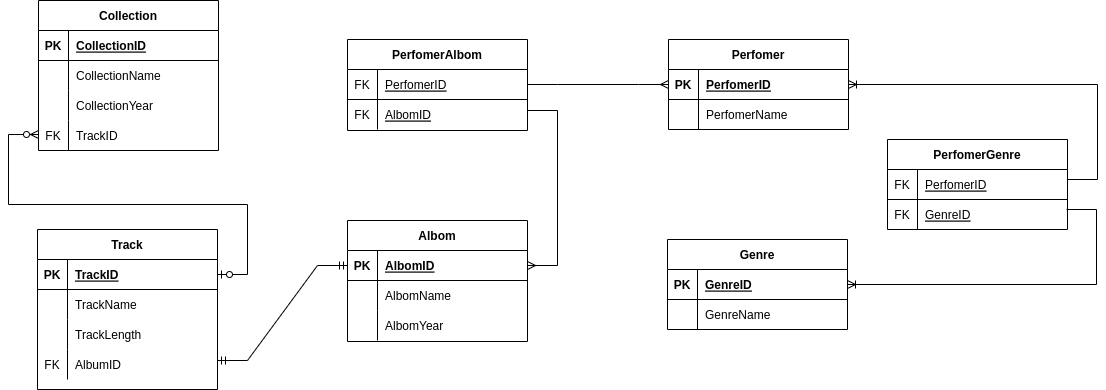
This is Task2.drawio.png from nik-mol/DB_Task2, a draw.io export, as it was before one commit. Source tidied: cells renumbered, new cells last; positions are measured from the earlier drawing's top-left corner, leaving out a move shared by most shapes.
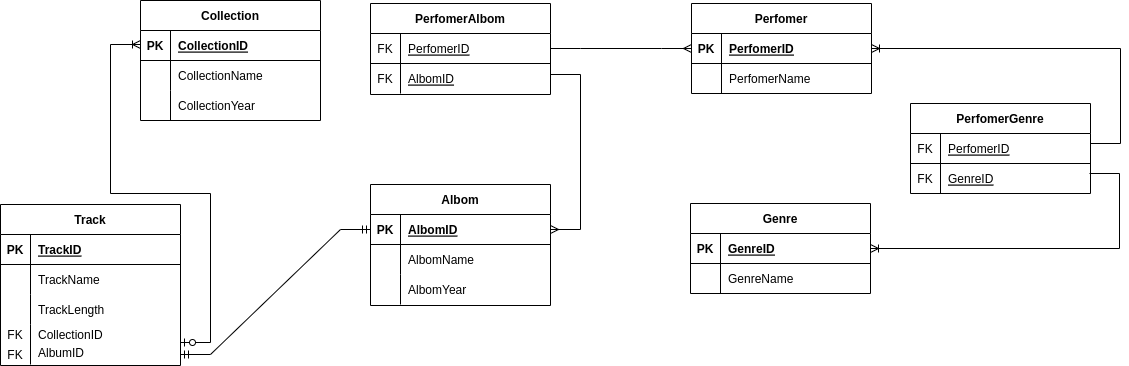
The same file after the commit.

Commit message:
change diagram and add to sql

What changed in the source:
```diff
@@ -3,7 +3,7 @@
     <mxCell id="0" />
     <mxCell id="1" parent="0" />
     <mxCell id="2" value="Track" style="shape=table;startSize=30;rowLines=0;fontStyle=1;align=center;" parent="1" vertex="1">
-      <mxGeometry y="229" width="180" height="160" as="geometry" />
+      <mxGeometry x="-60" y="240" width="180" height="161" as="geometry" />
     </mxCell>
     <mxCell id="3" style="shape=tableRow;horizontal=0;startSize=0;swimlaneHead=0;swimlaneBody=0;fillColor=none;points=[[0,0.5],[1,0.5]];portConstraint=eastwest;top=0;left=0;right=0;bottom=1;" parent="2" vertex="1">
       <mxGeometry y="30" width="180" height="30" as="geometry" />
@@ -33,13 +33,13 @@
       <mxGeometry x="30" width="150" height="30" as="geometry" />
     </mxCell>
     <mxCell id="12" style="shape=tableRow;horizontal=0;startSize=0;swimlaneHead=0;swimlaneBody=0;fillColor=none;top=0;left=0;right=0;bottom=0;" parent="2" vertex="1">
-      <mxGeometry y="120" width="180" height="30" as="geometry" />
+      <mxGeometry y="120" width="180" height="20" as="geometry" />
     </mxCell>
     <mxCell id="13" value="FK" style="shape=partialRectangle;fillColor=none;top=0;left=0;bottom=0;right=0;overflow=hidden;" parent="12" vertex="1">
-      <mxGeometry width="30" height="30" as="geometry" />
+      <mxGeometry width="30" height="20" as="geometry" />
     </mxCell>
-    <mxCell id="14" value="AlbumID" style="shape=partialRectangle;fillColor=none;top=0;left=0;bottom=0;right=0;align=left;spacingLeft=6;overflow=hidden;" parent="12" vertex="1">
-      <mxGeometry x="30" width="150" height="30" as="geometry" />
+    <mxCell id="14" value="CollectionID" style="shape=partialRectangle;fillColor=none;top=0;left=0;bottom=0;right=0;align=left;spacingLeft=6;overflow=hidden;" parent="12" vertex="1">
+      <mxGeometry x="30" width="150" height="20" as="geometry" />
     </mxCell>
     <mxCell id="15" value="Albom" style="shape=table;startSize=30;rowLines=0;fontStyle=1;align=center;" parent="1" vertex="1">
       <mxGeometry x="310" y="220" width="180" height="121" as="geometry" />
@@ -201,11 +201,11 @@
     </mxCell>
     <mxCell id="65" style="edgeStyle=entityRelationEdgeStyle;fontSize=12;html=1;endArrow=ERmandOne;startArrow=ERmandOne;rounded=0;entryX=0;entryY=0.5;entryDx=0;entryDy=0;" parent="1" edge="1" target="16">
       <mxGeometry relative="1" as="geometry">
-        <mxPoint x="180" y="360" as="sourcePoint" />
+        <mxPoint x="120" y="390" as="sourcePoint" />
       </mxGeometry>
     </mxCell>
     <mxCell id="66" value="Collection" style="shape=table;startSize=30;rowLines=0;fontStyle=1;align=center;" parent="1" vertex="1">
-      <mxGeometry x="1" width="180" height="150" as="geometry" />
+      <mxGeometry x="80" y="36" width="180" height="120" as="geometry" />
     </mxCell>
     <mxCell id="67" style="shape=tableRow;horizontal=0;startSize=0;swimlaneHead=0;swimlaneBody=0;fillColor=none;top=0;left=0;right=0;bottom=1;" parent="66" vertex="1">
       <mxGeometry y="30" width="180" height="30" as="geometry" />
@@ -234,22 +234,23 @@
     <mxCell id="75" value="CollectionYear" style="shape=partialRectangle;fillColor=none;top=0;left=0;bottom=0;right=0;align=left;spacingLeft=6;overflow=hidden;" parent="73" vertex="1">
       <mxGeometry x="30" width="150" height="30" as="geometry" />
     </mxCell>
-    <mxCell id="76" style="edgeStyle=entityRelationEdgeStyle;fontSize=12;html=1;endArrow=ERzeroToMany;startArrow=ERzeroToOne;rounded=0;exitX=1;exitY=0.5;exitDx=0;exitDy=0;" parent="1" edge="1" source="3">
-      <mxGeometry relative="1" as="geometry">
-        <mxPoint x="1" y="134" as="targetPoint" />
-      </mxGeometry>
-    </mxCell>
+    <mxCell id="79" style="endArrow=none;html=1;rounded=0;" parent="1" edge="1">
+      <mxGeometry relative="1" as="geometry">
+        <mxPoint x="-30" y="400" as="sourcePoint" />
+        <mxPoint x="-30" y="379" as="targetPoint" />
+      </mxGeometry>
+    </mxCell>
     <mxCell id="77" value="FK" style="shape=partialRectangle;fillColor=none;top=0;left=0;bottom=0;right=0;overflow=hidden;" parent="1" vertex="1">
-      <mxGeometry x="1" y="120" width="30" height="30" as="geometry" />
+      <mxGeometry x="-60" y="380" width="30" height="20" as="geometry" />
     </mxCell>
-    <mxCell id="78" value="TrackID" style="shape=partialRectangle;fillColor=none;top=0;left=0;bottom=0;right=0;align=left;spacingLeft=6;overflow=hidden;" parent="1" vertex="1">
-      <mxGeometry x="31" y="120" width="150" height="30" as="geometry" />
-    </mxCell>
-    <mxCell id="79" style="endArrow=none;html=1;rounded=0;" parent="1" edge="1">
-      <mxGeometry relative="1" as="geometry">
-        <mxPoint x="31" y="150" as="sourcePoint" />
-        <mxPoint x="31" y="120" as="targetPoint" />
-      </mxGeometry>
-    </mxCell>
+    <mxCell id="80" value="AlbumID" style="shape=partialRectangle;fillColor=none;top=0;left=0;bottom=0;right=0;align=left;spacingLeft=6;overflow=hidden;" parent="1" vertex="1">
+      <mxGeometry x="-30" y="378" width="150" height="20" as="geometry" />
+    </mxCell>
+    <mxCell id="81" style="edgeStyle=entityRelationEdgeStyle;fontSize=12;html=1;endArrow=ERoneToMany;startArrow=ERzeroToOne;rounded=0;" parent="1" edge="1">
+      <mxGeometry relative="1" as="geometry">
+        <mxPoint x="120" y="378" as="sourcePoint" />
+        <mxPoint x="80" y="80" as="targetPoint" />
+      </mxGeometry>
+    </mxCell>
   </root>
 </mxGraphModel>
```
